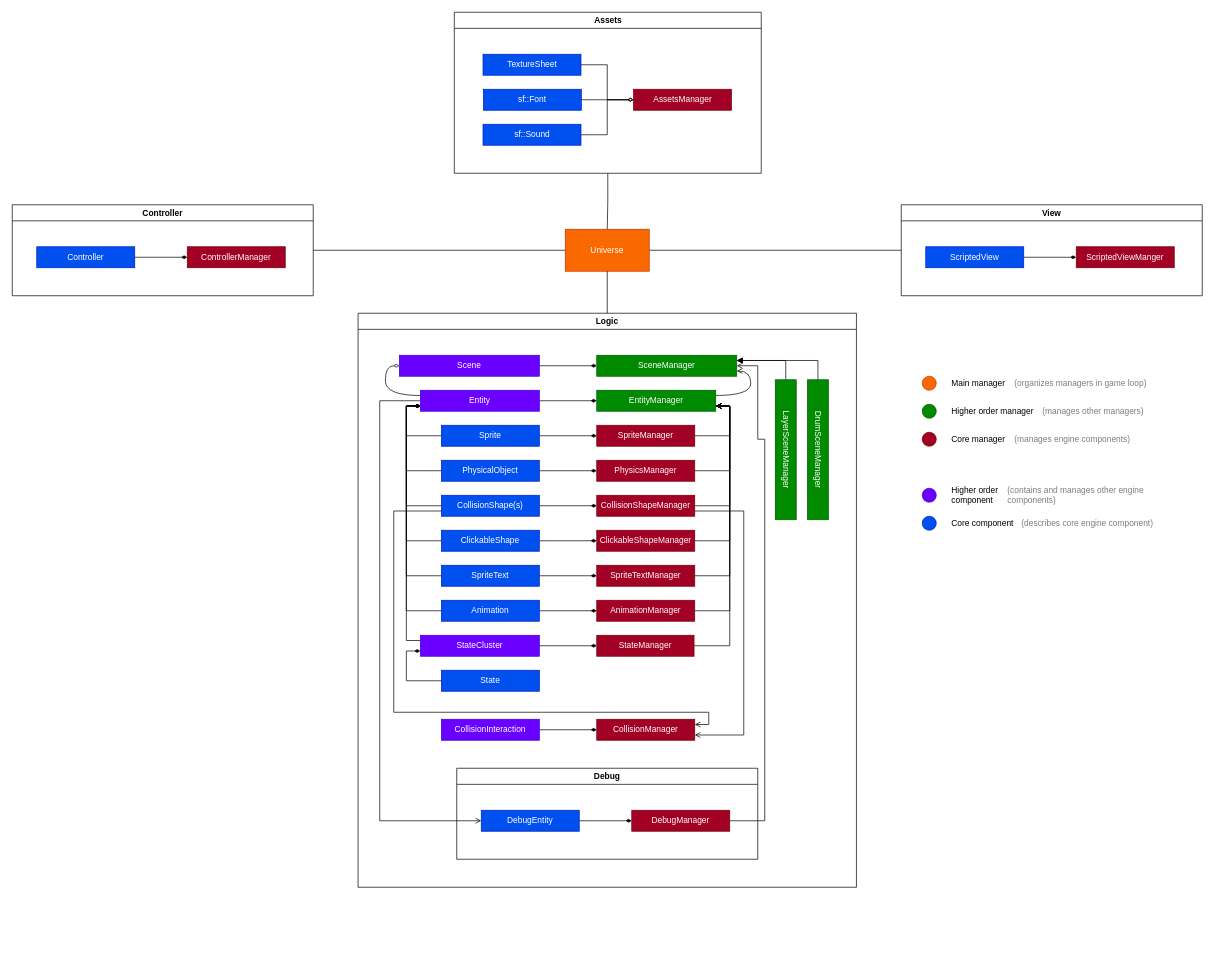
codeandjoy/SGE keeps this draw.io diagram as notes/drawio/Engine.drawio. Above is the earlier version. Source tidied: cells renumbered, new cells numbered last; positions are measured from the earlier drawing's top-left corner, leaving out a move shared by most shapes. Both pictures are drawn from the tidied source at 70%, with x=0, y=0 at pixel (12, 12).
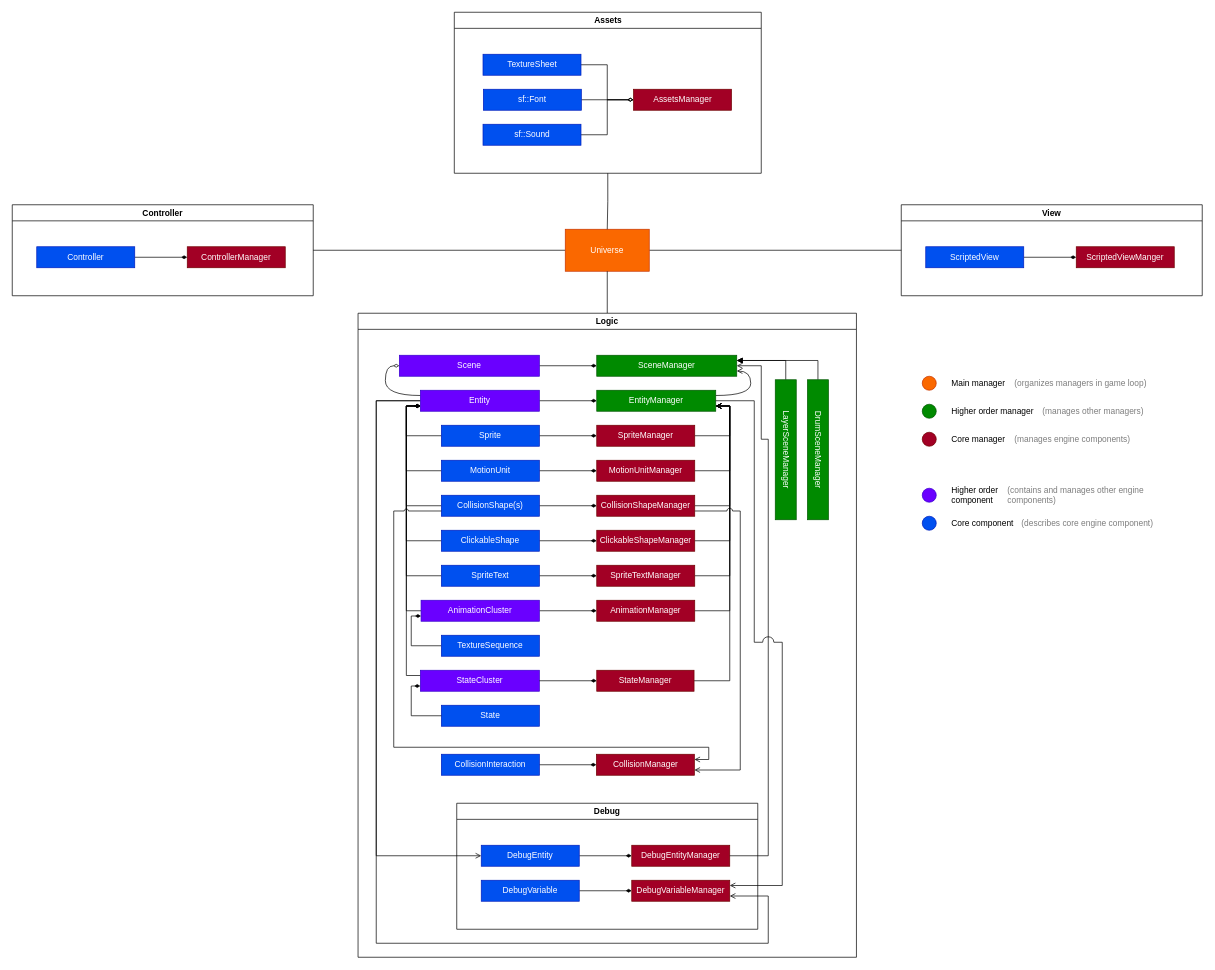
After the change.

The change refers to these unchanged cells:
```xml
<mxCell id="12" value="Entity" style="rounded=0;whiteSpace=wrap;html=1;fillColor=#6a00ff;fontColor=#ffffff;strokeColor=#3700CC;" parent="6" vertex="1">
  <mxGeometry x="89" y="110" width="170" height="30" as="geometry" />
</mxCell>
<mxCell id="22" value="CollisionShape(s)" style="rounded=0;whiteSpace=wrap;html=1;fillColor=#0050ef;fontColor=#ffffff;strokeColor=#001DBC;" parent="6" vertex="1">
  <mxGeometry x="119" y="260" width="140" height="30" as="geometry" />
</mxCell>
<mxCell id="32" value="SceneManager" style="rounded=0;whiteSpace=wrap;html=1;fillColor=#008a00;fontColor=#ffffff;strokeColor=#005700;" parent="6" vertex="1">
  <mxGeometry x="341" y="60" width="200" height="30" as="geometry" />
</mxCell>
<mxCell id="34" value="EntityManager" style="rounded=0;whiteSpace=wrap;html=1;fillColor=#008a00;fontColor=#ffffff;strokeColor=#005700;" parent="6" vertex="1">
  <mxGeometry x="341" y="110" width="170" height="30" as="geometry" />
</mxCell>
<mxCell id="41" value="CollisionShapeManager" style="rounded=0;whiteSpace=wrap;html=1;fillColor=#a20025;fontColor=#ffffff;strokeColor=#6F0000;" parent="6" vertex="1">
  <mxGeometry x="341" y="260" width="140" height="30" as="geometry" />
</mxCell>
<mxCell id="47" value="AnimationManager" style="rounded=0;whiteSpace=wrap;html=1;fillColor=#a20025;fontColor=#ffffff;strokeColor=#6F0000;" parent="6" vertex="1">
  <mxGeometry x="341" y="410" width="140" height="30" as="geometry" />
</mxCell>
<mxCell id="64" value="DebugEntity" style="rounded=0;whiteSpace=wrap;html=1;fillColor=#0050ef;fontColor=#ffffff;strokeColor=#001DBC;" parent="62" vertex="1">
  <mxGeometry x="35" y="60" width="140" height="30" as="geometry" />
</mxCell>
```

The edit, as a diff of the source:
```diff
@@
     <mxCell id="6" value="Logic" style="swimlane;whiteSpace=wrap;html=1;" parent="1" vertex="1">
-      <mxGeometry x="494" y="430" width="712" height="820" as="geometry" />
+      <mxGeometry x="494" y="430" width="712" height="920" as="geometry" />
     </mxCell>
+    <mxCell id="46" style="edgeStyle=orthogonalEdgeStyle;rounded=0;jettySize=auto;html=1;exitX=1;exitY=0.5;exitDx=0;exitDy=0;entryX=1;entryY=0.75;entryDx=0;entryDy=0;endArrow=open;endFill=0;" parent="6" edge="1" source="47" target="34">
+      <mxGeometry relative="1" as="geometry" />
+    </mxCell>
+    <mxCell id="58" style="edgeStyle=orthogonalEdgeStyle;rounded=0;jettySize=auto;html=1;exitX=1;exitY=0.5;exitDx=0;exitDy=0;entryX=1;entryY=0.75;entryDx=0;entryDy=0;endArrow=open;endFill=0;" parent="6" edge="1" source="59" target="34">
+      <mxGeometry relative="1" as="geometry" />
+    </mxCell>
@@
     <mxCell id="11" style="edgeStyle=orthogonalEdgeStyle;rounded=0;jettySize=auto;html=1;exitX=0;exitY=0.5;exitDx=0;exitDy=0;entryX=0;entryY=0.5;entryDx=0;entryDy=0;endArrow=open;endFill=0;" parent="6" edge="1" source="12" target="64">
       <mxGeometry relative="1" as="geometry">
         <Array as="points">
-          <mxPoint x="31" y="125" />
-          <mxPoint x="31" y="725" />
+          <mxPoint x="26" y="125" />
+          <mxPoint x="26" y="775" />
         </Array>
       </mxGeometry>
     </mxCell>
+    <mxCell id="99" style="edgeStyle=orthogonalEdgeStyle;rounded=0;jettySize=auto;html=1;exitX=0;exitY=0.5;exitDx=0;exitDy=0;endArrow=open;endFill=0;entryX=1;entryY=0.75;entryDx=0;entryDy=0;" parent="6" edge="1" source="12" target="102">
+      <mxGeometry relative="1" as="geometry">
+        <Array as="points">
+          <mxPoint x="26" y="125" />
+          <mxPoint x="26" y="900" />
+          <mxPoint x="586" y="900" />
+          <mxPoint x="586" y="833" />
+        </Array>
+      </mxGeometry>
+    </mxCell>
@@
-    <mxCell id="18" value="PhysicalObject" style="rounded=0;whiteSpace=wrap;html=1;fillColor=#0050ef;fontColor=#ffffff;strokeColor=#001DBC;" parent="6" vertex="1">
+    <mxCell id="18" value="MotionUnit" style="rounded=0;whiteSpace=wrap;html=1;fillColor=#0050ef;fontColor=#ffffff;strokeColor=#001DBC;" parent="6" vertex="1">
       <mxGeometry x="119" y="210" width="140" height="30" as="geometry" />
     </mxCell>
@@
-    <mxCell id="21" style="edgeStyle=orthogonalEdgeStyle;rounded=0;jettySize=auto;html=1;exitX=0;exitY=0.75;exitDx=0;exitDy=0;entryX=1;entryY=0.25;entryDx=0;entryDy=0;endArrow=open;endFill=0;" parent="6" edge="1" source="22" target="48">
-      <mxGeometry relative="1" as="geometry">
-        <Array as="points">
-          <mxPoint x="51" y="283" />
-          <mxPoint x="51" y="570" />
-          <mxPoint x="501" y="570" />
-          <mxPoint x="501" y="587" />
-        </Array>
-      </mxGeometry>
-    </mxCell>
@@
-    <mxCell id="31" value="Animation" style="rounded=0;whiteSpace=wrap;html=1;fillColor=#0050ef;fontColor=#ffffff;strokeColor=#001DBC;" parent="6" vertex="1">
-      <mxGeometry x="119" y="410" width="140" height="30" as="geometry" />
+    <mxCell id="31" value="AnimationCluster" style="rounded=0;whiteSpace=wrap;html=1;fillColor=#6a00ff;fontColor=#ffffff;strokeColor=#3700CC;" parent="6" vertex="1">
+      <mxGeometry x="90" y="410" width="169" height="30" as="geometry" />
     </mxCell>
@@
-    <mxCell id="38" value="PhysicsManager" style="rounded=0;whiteSpace=wrap;html=1;fillColor=#a20025;fontColor=#ffffff;strokeColor=#6F0000;" parent="6" vertex="1">
+    <mxCell id="38" value="MotionUnitManager" style="rounded=0;whiteSpace=wrap;html=1;fillColor=#a20025;fontColor=#ffffff;strokeColor=#6F0000;" parent="6" vertex="1">
       <mxGeometry x="341" y="210" width="140" height="30" as="geometry" />
     </mxCell>
@@
-    <mxCell id="40" style="edgeStyle=orthogonalEdgeStyle;rounded=0;jettySize=auto;html=1;exitX=1;exitY=0.75;exitDx=0;exitDy=0;entryX=1;entryY=0.75;entryDx=0;entryDy=0;endArrow=open;endFill=0;" parent="6" edge="1" source="41" target="48">
+    <mxCell id="40" style="edgeStyle=orthogonalEdgeStyle;rounded=0;jettySize=auto;html=1;exitX=1;exitY=0.75;exitDx=0;exitDy=0;endArrow=open;endFill=0;jumpStyle=arc;jumpSize=8;entryX=1;entryY=0.75;entryDx=0;entryDy=0;" parent="6" edge="1" source="41" target="48">
       <mxGeometry relative="1" as="geometry">
         <Array as="points">
-          <mxPoint x="551" y="283" />
-          <mxPoint x="551" y="603" />
+          <mxPoint x="546" y="283" />
+          <mxPoint x="546" y="653" />
         </Array>
       </mxGeometry>
     </mxCell>
@@
-    <mxCell id="46" style="edgeStyle=orthogonalEdgeStyle;rounded=0;jettySize=auto;html=1;exitX=1;exitY=0.5;exitDx=0;exitDy=0;entryX=1;entryY=0.75;entryDx=0;entryDy=0;endArrow=open;endFill=0;" parent="6" edge="1" source="47" target="34">
-      <mxGeometry relative="1" as="geometry" />
-    </mxCell>
@@
     <mxCell id="48" value="CollisionManager" style="rounded=0;whiteSpace=wrap;html=1;fillColor=#a20025;fontColor=#ffffff;strokeColor=#6F0000;" parent="6" vertex="1">
-      <mxGeometry x="341" y="580" width="140" height="30" as="geometry" />
+      <mxGeometry x="340.5" y="630" width="140" height="30" as="geometry" />
     </mxCell>
@@
-    <mxCell id="50" value="CollisionInteraction" style="rounded=0;whiteSpace=wrap;html=1;fillColor=#6a00ff;fontColor=#ffffff;strokeColor=#3700CC;" parent="6" vertex="1">
-      <mxGeometry x="119" y="580" width="140" height="30" as="geometry" />
+    <mxCell id="50" value="CollisionInteraction" style="rounded=0;whiteSpace=wrap;html=1;fillColor=#0050ef;fontColor=#ffffff;strokeColor=#001DBC;" parent="6" vertex="1">
+      <mxGeometry x="119" y="630" width="140" height="30" as="geometry" />
     </mxCell>
@@
     <mxCell id="56" value="StateCluster" style="rounded=0;whiteSpace=wrap;html=1;fillColor=#6a00ff;fontColor=#ffffff;strokeColor=#3700CC;" parent="6" vertex="1">
-      <mxGeometry x="89" y="460" width="170" height="30" as="geometry" />
+      <mxGeometry x="89" y="510" width="170" height="30" as="geometry" />
     </mxCell>
     <mxCell id="57" value="State" style="rounded=0;whiteSpace=wrap;html=1;fillColor=#0050ef;fontColor=#ffffff;strokeColor=#001DBC;" parent="6" vertex="1">
-      <mxGeometry x="119" y="510" width="140" height="30" as="geometry" />
+      <mxGeometry x="119" y="560" width="140" height="30" as="geometry" />
     </mxCell>
-    <mxCell id="58" style="edgeStyle=orthogonalEdgeStyle;rounded=0;jettySize=auto;html=1;exitX=1;exitY=0.5;exitDx=0;exitDy=0;entryX=1;entryY=0.75;entryDx=0;entryDy=0;endArrow=open;endFill=0;" parent="6" edge="1" source="59" target="34">
-      <mxGeometry relative="1" as="geometry" />
-    </mxCell>
     <mxCell id="59" value="StateManager" style="rounded=0;whiteSpace=wrap;html=1;fillColor=#a20025;fontColor=#ffffff;strokeColor=#6F0000;" parent="6" vertex="1">
-      <mxGeometry x="341" y="460" width="139" height="30" as="geometry" />
+      <mxGeometry x="341" y="510" width="139" height="30" as="geometry" />
     </mxCell>
     <mxCell id="60" style="edgeStyle=orthogonalEdgeStyle;rounded=0;jettySize=auto;html=1;exitX=0;exitY=0.5;exitDx=0;exitDy=0;entryX=0;entryY=0.75;entryDx=0;entryDy=0;endArrow=diamondThin;endFill=1;" parent="6" edge="1" source="57" target="56">
-      <mxGeometry relative="1" as="geometry" />
+      <mxGeometry relative="1" as="geometry">
+        <Array as="points">
+          <mxPoint x="76" y="575" />
+          <mxPoint x="76" y="533" />
+        </Array>
+      </mxGeometry>
     </mxCell>
@@
     <mxCell id="62" value="Debug" style="swimlane;whiteSpace=wrap;html=1;" parent="6" vertex="1">
-      <mxGeometry x="141" y="650" width="430" height="130" as="geometry" />
+      <mxGeometry x="141" y="700" width="430" height="180" as="geometry" />
     </mxCell>
@@
-    <mxCell id="65" value="DebugManager" style="rounded=0;whiteSpace=wrap;html=1;fillColor=#a20025;fontColor=#ffffff;strokeColor=#6F0000;" parent="62" vertex="1">
+    <mxCell id="65" value="DebugEntityManager" style="rounded=0;whiteSpace=wrap;html=1;fillColor=#a20025;fontColor=#ffffff;strokeColor=#6F0000;" parent="62" vertex="1">
       <mxGeometry x="250" y="60" width="140" height="30" as="geometry" />
     </mxCell>
+    <mxCell id="100" style="edgeStyle=orthogonalEdgeStyle;rounded=0;jettySize=auto;html=1;exitX=1;exitY=0.5;exitDx=0;exitDy=0;entryX=0;entryY=0.5;entryDx=0;entryDy=0;endArrow=diamondThin;endFill=1;" parent="62" edge="1" source="101" target="102">
+      <mxGeometry relative="1" as="geometry" />
+    </mxCell>
+    <mxCell id="101" value="DebugVariable" style="rounded=0;whiteSpace=wrap;html=1;fillColor=#0050ef;fontColor=#ffffff;strokeColor=#001DBC;" parent="62" vertex="1">
+      <mxGeometry x="35" y="110" width="140" height="30" as="geometry" />
+    </mxCell>
+    <mxCell id="102" value="DebugVariableManager" style="rounded=0;whiteSpace=wrap;html=1;fillColor=#a20025;fontColor=#ffffff;strokeColor=#6F0000;" parent="62" vertex="1">
+      <mxGeometry x="250" y="110" width="140" height="30" as="geometry" />
+    </mxCell>
     <mxCell id="66" style="edgeStyle=orthogonalEdgeStyle;rounded=0;jettySize=auto;html=1;exitX=1;exitY=0.5;exitDx=0;exitDy=0;entryX=1;entryY=0.5;entryDx=0;entryDy=0;endArrow=open;endFill=0;" parent="6" edge="1" source="65" target="32">
       <mxGeometry relative="1" as="geometry">
         <Array as="points">
-          <mxPoint x="581" y="725" />
-          <mxPoint x="581" y="180" />
-          <mxPoint x="571" y="180" />
-          <mxPoint x="571" y="75" />
+          <mxPoint x="586" y="775" />
+          <mxPoint x="586" y="180" />
+          <mxPoint x="576" y="180" />
+          <mxPoint x="576" y="75" />
         </Array>
       </mxGeometry>
     </mxCell>
+    <mxCell id="103" style="edgeStyle=orthogonalEdgeStyle;rounded=0;jettySize=auto;html=1;exitX=1;exitY=0.5;exitDx=0;exitDy=0;endArrow=open;endFill=0;jumpStyle=arc;jumpSize=16;entryX=1;entryY=0.25;entryDx=0;entryDy=0;" parent="6" edge="1" source="34" target="102">
+      <mxGeometry relative="1" as="geometry">
+        <Array as="points">
+          <mxPoint x="566" y="125" />
+          <mxPoint x="566" y="470" />
+          <mxPoint x="606" y="470" />
+          <mxPoint x="606" y="818" />
+        </Array>
+      </mxGeometry>
+    </mxCell>
+    <mxCell id="104" style="edgeStyle=orthogonalEdgeStyle;rounded=0;jettySize=auto;html=1;exitX=0;exitY=0.5;exitDx=0;exitDy=0;entryX=0;entryY=0.75;entryDx=0;entryDy=0;endArrow=diamondThin;endFill=1;" parent="6" edge="1" source="105" target="31">
+      <mxGeometry relative="1" as="geometry">
+        <Array as="points">
+          <mxPoint x="76" y="475" />
+          <mxPoint x="76" y="433" />
+        </Array>
+      </mxGeometry>
+    </mxCell>
+    <mxCell id="105" value="TextureSequence" style="rounded=0;whiteSpace=wrap;html=1;fillColor=#0050ef;fontColor=#ffffff;strokeColor=#001DBC;" parent="6" vertex="1">
+      <mxGeometry x="119" y="460" width="140" height="30" as="geometry" />
+    </mxCell>
+    <mxCell id="21" style="edgeStyle=orthogonalEdgeStyle;rounded=0;jettySize=auto;html=1;exitX=0;exitY=0.75;exitDx=0;exitDy=0;entryX=1;entryY=0.25;entryDx=0;entryDy=0;endArrow=open;endFill=0;jumpStyle=arc;startSize=8;" parent="6" edge="1" source="22" target="48">
+      <mxGeometry relative="1" as="geometry">
+        <Array as="points">
+          <mxPoint x="51" y="282" />
+          <mxPoint x="51" y="620" />
+          <mxPoint x="501" y="620" />
+          <mxPoint x="501" y="638" />
+        </Array>
+      </mxGeometry>
+    </mxCell>
```
